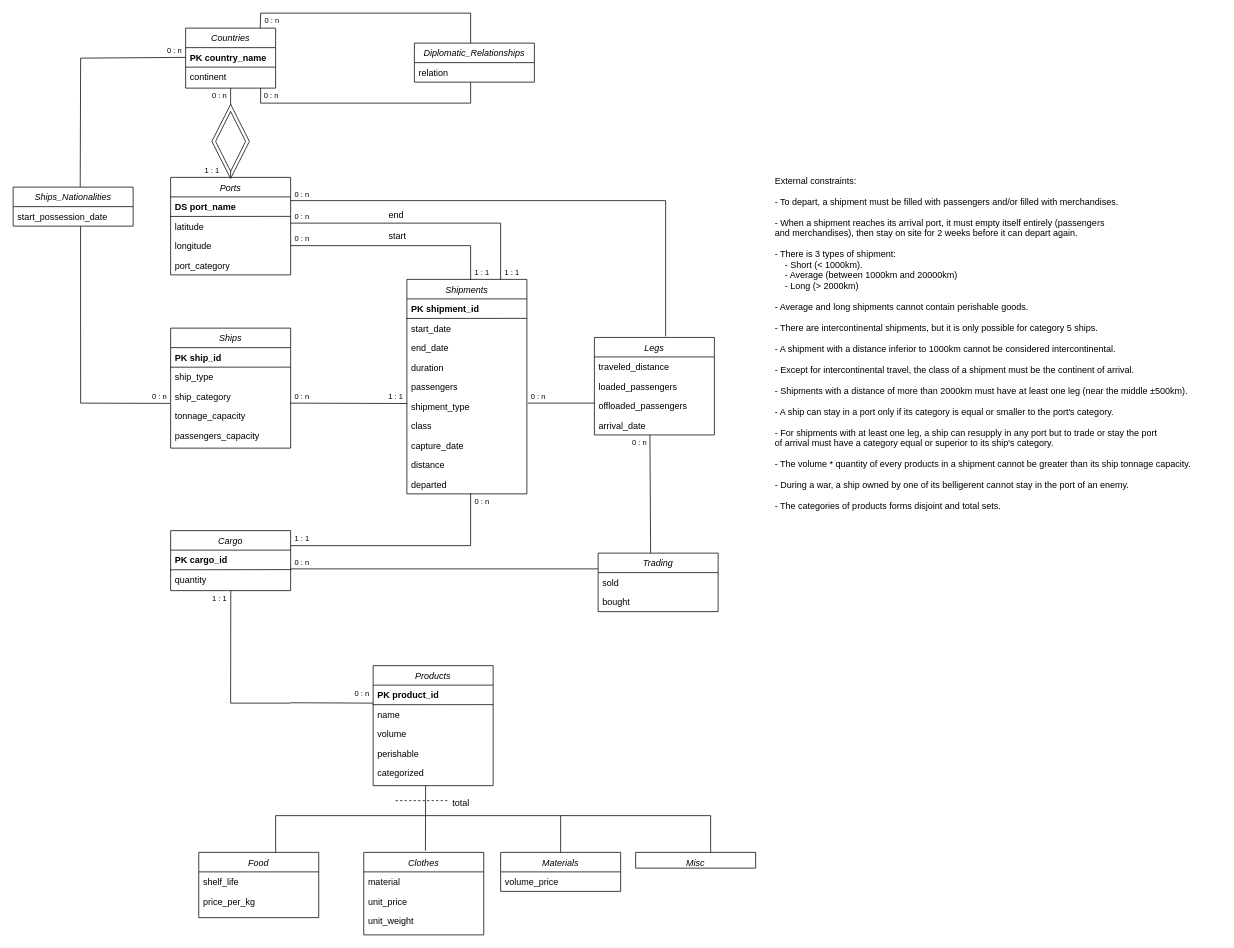
Earlier version of the draw.io diagram Models/Final Model (Entity–relationship).drawio (Maxime-Jauroyon/Univ-BD6). Source tidied: cells renumbered, new cells numbered last; positions are measured from the earlier drawing's top-left corner, leaving out a move shared by most shapes. Both pictures are drawn from the tidied source at 75%, with x=0, y=0 at pixel (13, 13).
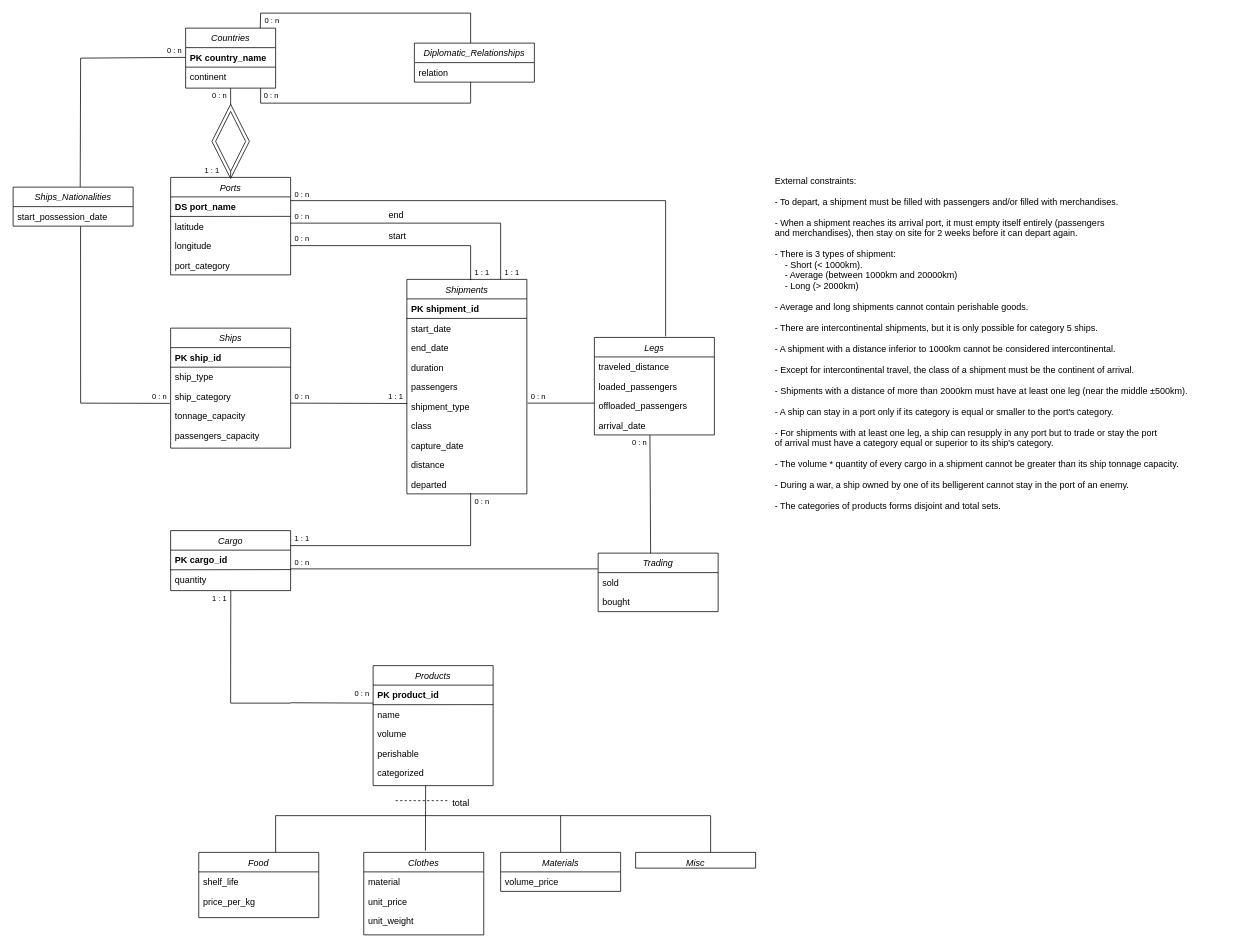
The same page after the edit.

Change to the diagram source:
```diff
@@
-    <mxCell id="112" value="External constraints:&#10;&#10;- To depart, a shipment must be filled with passengers and/or filled with merchandises.&#10;&#10;- When a shipment reaches its arrival port, it must empty itself entirely (passengers&#10;and merchandises), then stay on site for 2 weeks before it can depart again.&#10;&#10;- There is 3 types of shipment:&#10;    - Short (&lt; 1000km).&#10;    - Average (between 1000km and 20000km)&#10;    - Long (&gt; 2000km)&#10;&#10;- Average and long shipments cannot contain perishable goods.&#10;&#10;- There are intercontinental shipments, but it is only possible for category 5 ships.&#10;&#10;- A shipment with a distance inferior to 1000km cannot be considered intercontinental.&#10;&#10;- Except for intercontinental travel, the class of a shipment must be the continent of arrival.&#10;&#10;- Shipments with a distance of more than 2000km must have at least one leg (near the middle ±500km).&#10;&#10;- A ship can stay in a port only if its category is equal or smaller to the port's category.&#10;&#10;- For shipments with at least one leg, a ship can resupply in any port but to trade or stay the port&#10;of arrival must have a category equal or superior to its ship's category.&#10;&#10;- The volume * quantity of every products in a shipment cannot be greater than its ship tonnage capacity.&#10;&#10;- During a war, a ship owned by one of its belligerent cannot stay in the port of an enemy.&#10;&#10;- The categories of products forms disjoint and total sets." style="text;align=left;verticalAlign=top;spacingLeft=4;spacingRight=4;overflow=hidden;rounded=0;shadow=0;html=0;fontStyle=0;" parent="1" vertex="1">
+    <mxCell id="112" value="External constraints:&#10;&#10;- To depart, a shipment must be filled with passengers and/or filled with merchandises.&#10;&#10;- When a shipment reaches its arrival port, it must empty itself entirely (passengers&#10;and merchandises), then stay on site for 2 weeks before it can depart again.&#10;&#10;- There is 3 types of shipment:&#10;    - Short (&lt; 1000km).&#10;    - Average (between 1000km and 20000km)&#10;    - Long (&gt; 2000km)&#10;&#10;- Average and long shipments cannot contain perishable goods.&#10;&#10;- There are intercontinental shipments, but it is only possible for category 5 ships.&#10;&#10;- A shipment with a distance inferior to 1000km cannot be considered intercontinental.&#10;&#10;- Except for intercontinental travel, the class of a shipment must be the continent of arrival.&#10;&#10;- Shipments with a distance of more than 2000km must have at least one leg (near the middle ±500km).&#10;&#10;- A ship can stay in a port only if its category is equal or smaller to the port's category.&#10;&#10;- For shipments with at least one leg, a ship can resupply in any port but to trade or stay the port&#10;of arrival must have a category equal or superior to its ship's category.&#10;&#10;- The volume * quantity of every cargo in a shipment cannot be greater than its ship tonnage capacity.&#10;&#10;- During a war, a ship owned by one of its belligerent cannot stay in the port of an enemy.&#10;&#10;- The categories of products forms disjoint and total sets." style="text;align=left;verticalAlign=top;spacingLeft=4;spacingRight=4;overflow=hidden;rounded=0;shadow=0;html=0;fontStyle=0;" parent="1" vertex="1">
       <mxGeometry x="1010" y="210" width="600" height="670" as="geometry" />
     </mxCell>
```
